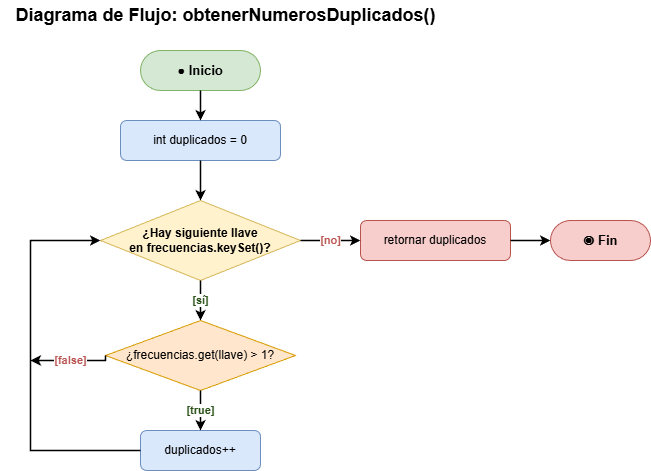
Earlier version of the draw.io export Practica_4/Diagramas/Flujo_03_obtenerNumerosDuplicados.png (diegoraulzayas-debug/Practicas_POO). Source tidied: cells renumbered, new cells last; positions are measured from the earlier drawing's top-left corner, leaving out a move shared by most shapes.
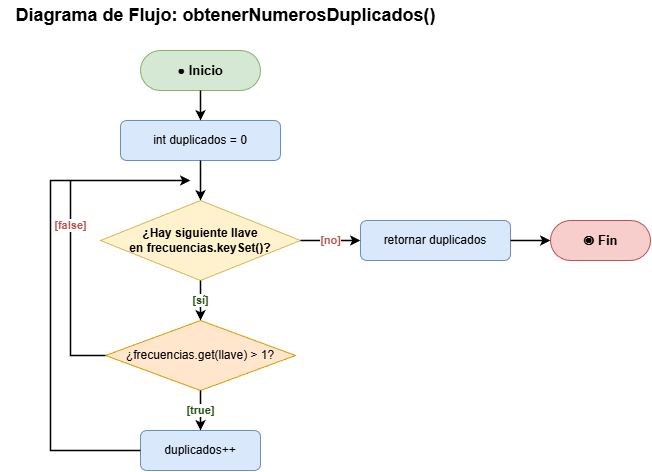
After the commit.

Diff of the diagram source:
```diff
@@ -20,7 +20,7 @@
     <mxCell id="7" value="duplicados++" style="rounded=1;whiteSpace=wrap;html=1;fillColor=#dae8fc;strokeColor=#6c8ebf;fontSize=12;fontColor=#000000;" parent="1" vertex="1">
       <mxGeometry x="140" y="430" width="120" height="40" as="geometry" />
     </mxCell>
-    <mxCell id="8" value="retornar duplicados" style="rounded=1;whiteSpace=wrap;html=1;fillColor=#f8cecc;strokeColor=#b85450;fontSize=12;fontColor=#000000;" parent="1" vertex="1">
+    <mxCell id="8" value="retornar duplicados" style="rounded=1;whiteSpace=wrap;html=1;fillColor=#dae8fc;strokeColor=#6c8ebf;fontSize=12;fontColor=#000000;" parent="1" vertex="1">
       <mxGeometry x="360" y="220" width="150" height="40" as="geometry" />
     </mxCell>
     <mxCell id="9" value="◉ Fin" style="rounded=1;whiteSpace=wrap;html=1;arcSize=50;fillColor=#f8cecc;strokeColor=#b85450;fontStyle=1;fontSize=13;fontColor=#000000;" parent="1" vertex="1">
@@ -46,17 +46,19 @@
     </mxCell>
     <mxCell id="16" value="[false]" style="edgeStyle=orthogonalEdgeStyle;rounded=0;html=1;strokeWidth=1.5;fontStyle=1;fontColor=#b85450;strokeColor=#000000;exitX=0;exitY=0.5;exitDx=0;exitDy=0;" parent="1" edge="1" source="6">
       <mxGeometry relative="1" as="geometry">
-        <mxPoint x="30" y="360" as="targetPoint" />
+        <mxPoint x="190" y="180" as="targetPoint" />
         <Array as="points">
-          <mxPoint x="105" y="360" />
+          <mxPoint x="70" y="355" />
+          <mxPoint x="70" y="180" />
         </Array>
       </mxGeometry>
     </mxCell>
-    <mxCell id="17" style="edgeStyle=orthogonalEdgeStyle;rounded=0;html=1;strokeWidth=1.5;strokeColor=#000000;exitX=0;exitY=0.5;exitDx=0;exitDy=0;entryX=0;entryY=0.5;entryDx=0;entryDy=0;" parent="1" edge="1" source="7" target="5">
+    <mxCell id="17" style="edgeStyle=orthogonalEdgeStyle;rounded=0;html=1;strokeWidth=1.5;strokeColor=#000000;exitX=0;exitY=0.5;exitDx=0;exitDy=0;" parent="1" edge="1" source="7">
       <mxGeometry relative="1" as="geometry">
+        <mxPoint x="190" y="180" as="targetPoint" />
         <Array as="points">
-          <mxPoint x="30" y="450" />
-          <mxPoint x="30" y="240" />
+          <mxPoint x="50" y="450" />
+          <mxPoint x="50" y="180" />
         </Array>
       </mxGeometry>
     </mxCell>
```
